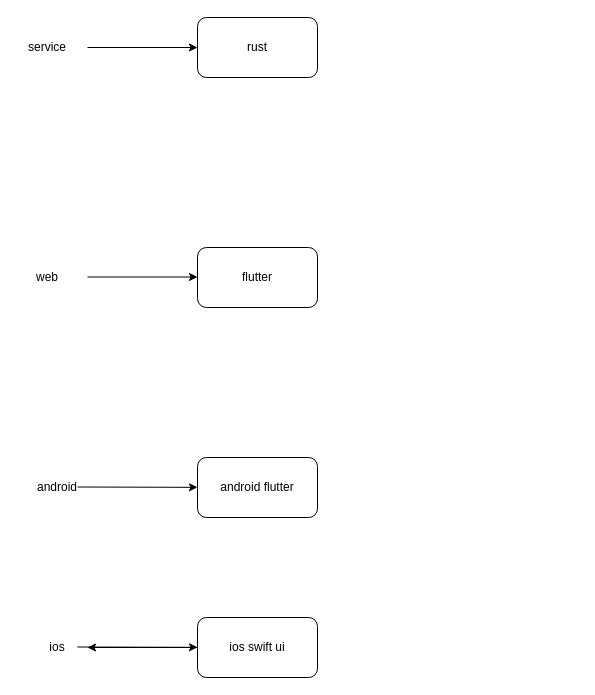
This is computer/product_framwork.drawio from justkids2018/draw-framwork, a draw.io file, before an edit. Source tidied: cells renumbered, new cells numbered last; positions are measured from the earlier drawing's top-left corner, leaving out a move shared by most shapes. Both pictures are drawn from the tidied source at 100%, with x=0, y=0 at pixel (17, 17).
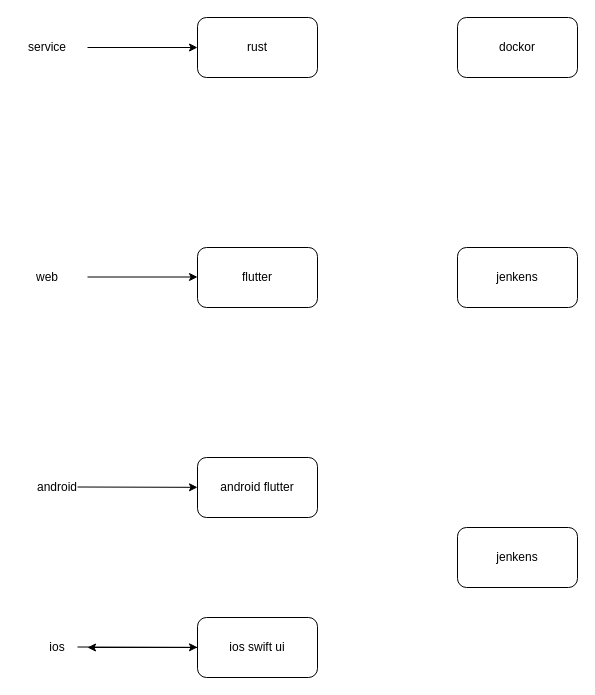
After the change.

Change to the diagram source:
```diff
@@
+    <mxCell id="15" value="dockor" style="rounded=1;whiteSpace=wrap;html=1;" parent="1" vertex="1">
+      <mxGeometry x="440" width="120" height="60" as="geometry" />
+    </mxCell>
+    <mxCell id="16" value="jenkens" style="rounded=1;whiteSpace=wrap;html=1;" parent="1" vertex="1">
+      <mxGeometry x="440" y="230" width="120" height="60" as="geometry" />
+    </mxCell>
+    <mxCell id="17" value="jenkens" style="rounded=1;whiteSpace=wrap;html=1;" parent="1" vertex="1">
+      <mxGeometry x="440" y="510" width="120" height="60" as="geometry" />
+    </mxCell>
```
